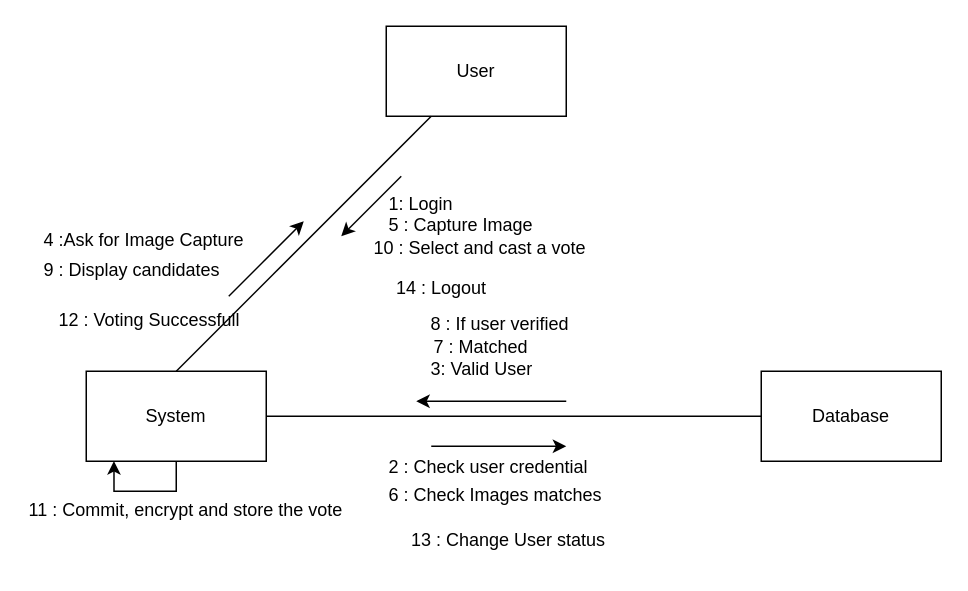
matic14/BLockVote-UML-Diagram keeps this draw.io diagram as ColloborationDiagram.drawio. Above is the earlier version. Source tidied: cells renumbered, new cells numbered last; positions are measured from the earlier drawing's top-left corner, leaving out a move shared by most shapes. Both pictures are drawn from the tidied source at 150%, with x=0, y=0 at pixel (26, 26).
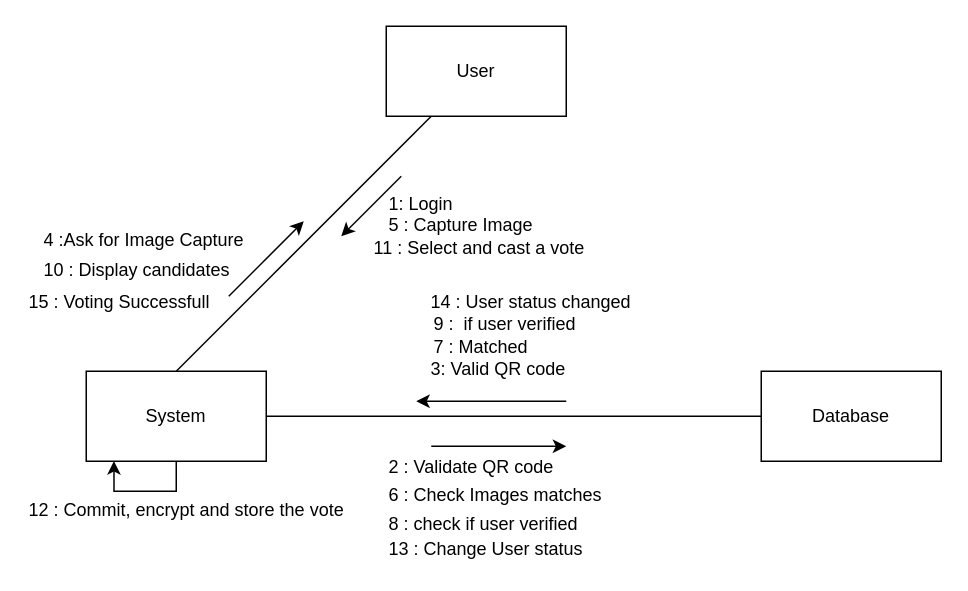
The same diagram, later.

Diff of the diagram source:
```diff
@@
-    <mxCell id="13" value="2 : Check user credential" style="text;html=1;align=left;verticalAlign=top;spacingTop=-4;" parent="1" vertex="1">
-      <mxGeometry x="240" y="284" width="150" height="20" as="geometry" />
+    <mxCell id="13" value="2 : Validate QR code" style="text;html=1;align=left;verticalAlign=top;spacingTop=-4;" parent="1" vertex="1">
+      <mxGeometry x="240" y="284" width="130" height="20" as="geometry" />
     </mxCell>
-    <mxCell id="14" value="3: Valid User" style="text;html=1;" parent="1" vertex="1">
+    <mxCell id="14" value="3: Valid QR code" style="text;html=1;" parent="1" vertex="1">
       <mxGeometry x="268" y="215" width="90" height="30" as="geometry" />
     </mxCell>
@@
-    <mxCell id="19" value="8 : If user verified" style="text;html=1;" parent="1" vertex="1">
-      <mxGeometry x="268" y="185" width="120" height="30" as="geometry" />
+    <mxCell id="19" value="8 : check if user verified" style="text;html=1;" parent="1" vertex="1">
+      <mxGeometry x="240" y="318" width="120" height="30" as="geometry" />
     </mxCell>
-    <mxCell id="20" value="9 : Display candidates" style="text;html=1;" parent="1" vertex="1">
+    <mxCell id="20" value="10 : Display candidates" style="text;html=1;" parent="1" vertex="1">
       <mxGeometry x="10" y="149" width="140" height="30" as="geometry" />
     </mxCell>
-    <mxCell id="21" value="10 : Select and cast a vote" style="text;html=1;" parent="1" vertex="1">
+    <mxCell id="21" value="11 : Select and cast a vote" style="text;html=1;" parent="1" vertex="1">
       <mxGeometry x="230" y="134" width="170" height="30" as="geometry" />
     </mxCell>
-    <mxCell id="22" value="11 : Commit, encrypt and store the vote" style="text;html=1;" parent="1" vertex="1">
+    <mxCell id="22" value="12 : Commit, encrypt and store the vote" style="text;html=1;" parent="1" vertex="1">
       <mxGeometry y="309" width="140" height="30" as="geometry" />
     </mxCell>
     <mxCell id="23" value="13 : Change User status" style="text;html=1;align=left;verticalAlign=top;spacingTop=-4;" parent="1" vertex="1">
-      <mxGeometry x="255" y="333" width="140" height="20" as="geometry" />
+      <mxGeometry x="240" y="339" width="140" height="20" as="geometry" />
     </mxCell>
-    <mxCell id="24" value="14 : Logout" style="text;html=1;" parent="1" vertex="1">
-      <mxGeometry x="245" y="161" width="90" height="35" as="geometry" />
-    </mxCell>
-    <mxCell id="25" value="12 : Voting Successfull" style="text;html=1;" parent="1" vertex="1">
-      <mxGeometry x="20" y="181.5" width="150" height="30" as="geometry" />
+    <mxCell id="25" value="15 : Voting Successfull" style="text;html=1;" parent="1" vertex="1">
+      <mxGeometry y="170" width="150" height="30" as="geometry" />
     </mxCell>
+    <mxCell id="26" value="9 :&amp;nbsp; if user verified" style="text;html=1;" parent="1" vertex="1">
+      <mxGeometry x="270" y="185" width="120" height="30" as="geometry" />
+    </mxCell>
+    <mxCell id="27" value="14 : User status changed" style="text;html=1;" parent="1" vertex="1">
+      <mxGeometry x="268" y="170" width="160" height="30" as="geometry" />
+    </mxCell>
```
